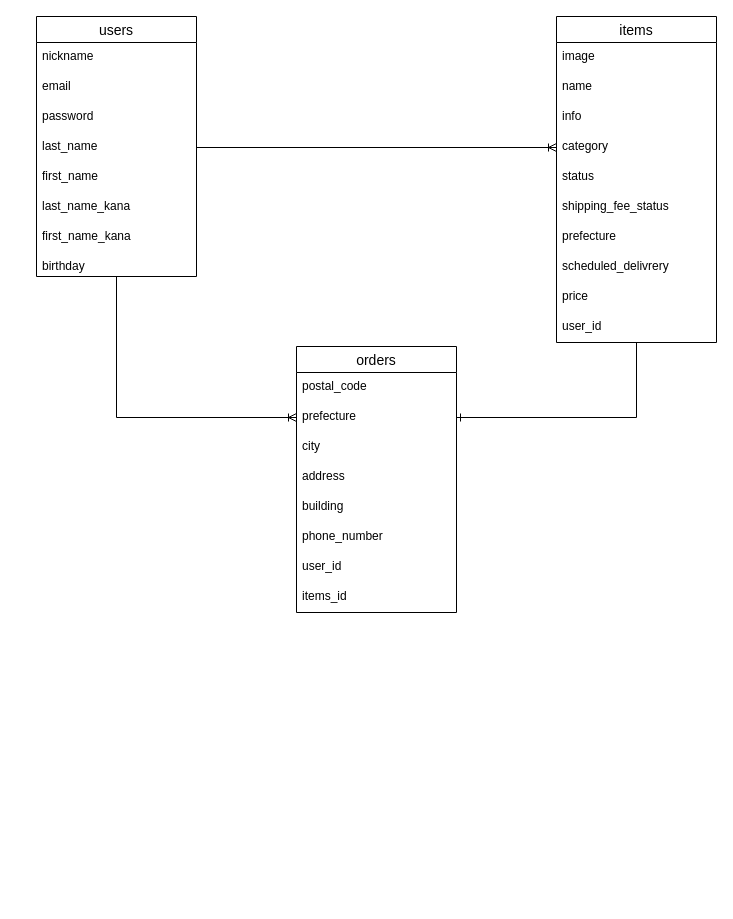
Before: test.dio in hoshico/furima-35252, a draw.io diagram. Source tidied: cells renumbered, new cells numbered last; positions are measured from the earlier drawing's top-left corner, leaving out a move shared by most shapes. Both pictures are drawn from the tidied source at 100%, with x=0, y=0 at pixel (16, 16).
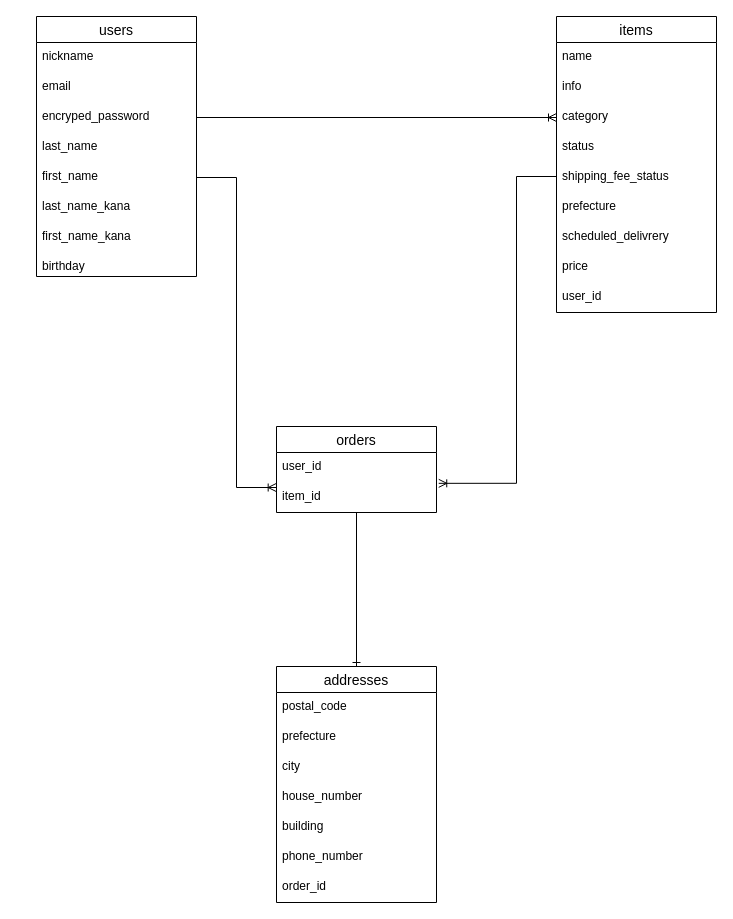
Above is the later version.

The change refers to these unchanged cells:
```xml
<mxCell id="5" value="users" style="swimlane;fontStyle=0;horizontal=1;startSize=26;align=center;fontSize=14;strokeWidth=1;" parent="1" vertex="1">
  <mxGeometry x="20" width="160" height="260" as="geometry" />
</mxCell>
<mxCell id="9" value="last_name" style="text;strokeColor=none;fillColor=none;spacingLeft=4;spacingRight=4;overflow=hidden;points=[[0,0.5],[1,0.5]];portConstraint=eastwest;fontSize=12;" parent="5" vertex="1">
  <mxGeometry y="116" width="160" height="30" as="geometry" />
</mxCell>
<mxCell id="10" value="first_name" style="text;strokeColor=none;fillColor=none;spacingLeft=4;spacingRight=4;overflow=hidden;points=[[0,0.5],[1,0.5]];portConstraint=eastwest;fontSize=12;" parent="5" vertex="1">
  <mxGeometry y="146" width="160" height="30" as="geometry" />
</mxCell>
<mxCell id="28" value="prefecture" style="text;strokeColor=none;fillColor=none;spacingLeft=4;spacingRight=4;overflow=hidden;points=[[0,0.5],[1,0.5]];portConstraint=eastwest;fontSize=12;" parent="26" vertex="1">
  <mxGeometry y="56" width="160" height="30" as="geometry" />
</mxCell>
```

What changed in the source:
```diff
@@
-    <mxCell id="4" style="edgeStyle=orthogonalEdgeStyle;rounded=0;jettySize=auto;html=1;exitX=0.5;exitY=1;exitDx=0;exitDy=0;entryX=0;entryY=0.5;entryDx=0;entryDy=0;endArrow=ERoneToMany;endFill=0;" parent="1" edge="1" source="5" target="28">
-      <mxGeometry relative="1" as="geometry" />
-    </mxCell>
@@
-    <mxCell id="8" value="password" style="text;strokeColor=none;fillColor=none;spacingLeft=4;spacingRight=4;overflow=hidden;fontSize=12;" parent="5" vertex="1">
+    <mxCell id="8" value="encryped_password" style="text;strokeColor=none;fillColor=none;spacingLeft=4;spacingRight=4;overflow=hidden;fontSize=12;" parent="5" vertex="1">
       <mxGeometry y="86" width="160" height="30" as="geometry" />
     </mxCell>
@@
-    <mxCell id="14" style="edgeStyle=orthogonalEdgeStyle;rounded=0;jettySize=auto;html=1;exitX=0.5;exitY=1;exitDx=0;exitDy=0;endArrow=ERone;endFill=0;entryX=1;entryY=0.5;entryDx=0;entryDy=0;" parent="1" edge="1" source="15" target="28">
-      <mxGeometry relative="1" as="geometry" />
-    </mxCell>
     <mxCell id="15" value="items" style="swimlane;fontStyle=0;horizontal=1;startSize=26;align=center;fontSize=14;strokeWidth=1;" parent="1" vertex="1">
-      <mxGeometry x="540" width="160" height="326" as="geometry" />
+      <mxGeometry x="540" width="160" height="296" as="geometry" />
     </mxCell>
-    <mxCell id="16" value="image" style="text;strokeColor=none;fillColor=none;spacingLeft=4;spacingRight=4;overflow=hidden;fontSize=12;" parent="15" vertex="1">
-      <mxGeometry y="26" width="160" height="30" as="geometry" />
-    </mxCell>
     <mxCell id="17" value="name" style="text;strokeColor=none;fillColor=none;spacingLeft=4;spacingRight=4;overflow=hidden;fontSize=12;" parent="15" vertex="1">
-      <mxGeometry y="56" width="160" height="30" as="geometry" />
+      <mxGeometry y="26" width="160" height="30" as="geometry" />
     </mxCell>
     <mxCell id="18" value="info" style="text;strokeColor=none;fillColor=none;spacingLeft=4;spacingRight=4;overflow=hidden;fontSize=12;" parent="15" vertex="1">
-      <mxGeometry y="86" width="160" height="30" as="geometry" />
+      <mxGeometry y="56" width="160" height="30" as="geometry" />
     </mxCell>
     <mxCell id="19" value="category" style="text;strokeColor=none;fillColor=none;spacingLeft=4;spacingRight=4;overflow=hidden;points=[[0,0.5],[1,0.5]];portConstraint=eastwest;fontSize=12;" parent="15" vertex="1">
-      <mxGeometry y="116" width="160" height="30" as="geometry" />
+      <mxGeometry y="86" width="160" height="30" as="geometry" />
     </mxCell>
     <mxCell id="20" value="status" style="text;strokeColor=none;fillColor=none;spacingLeft=4;spacingRight=4;overflow=hidden;fontSize=12;" parent="15" vertex="1">
-      <mxGeometry y="146" width="160" height="30" as="geometry" />
+      <mxGeometry y="116" width="160" height="30" as="geometry" />
     </mxCell>
     <mxCell id="21" value="shipping_fee_status" style="text;strokeColor=none;fillColor=none;spacingLeft=4;spacingRight=4;overflow=hidden;fontSize=12;" parent="15" vertex="1">
-      <mxGeometry y="176" width="160" height="30" as="geometry" />
+      <mxGeometry y="146" width="160" height="30" as="geometry" />
     </mxCell>
     <mxCell id="22" value="prefecture" style="text;strokeColor=none;fillColor=none;spacingLeft=4;spacingRight=4;overflow=hidden;fontSize=12;" parent="15" vertex="1">
-      <mxGeometry y="206" width="160" height="30" as="geometry" />
+      <mxGeometry y="176" width="160" height="30" as="geometry" />
     </mxCell>
     <mxCell id="23" value="scheduled_delivrery" style="text;strokeColor=none;fillColor=none;spacingLeft=4;spacingRight=4;overflow=hidden;points=[[0,0.5],[1,0.5]];portConstraint=eastwest;fontSize=12;" parent="15" vertex="1">
-      <mxGeometry y="236" width="160" height="30" as="geometry" />
+      <mxGeometry y="206" width="160" height="30" as="geometry" />
     </mxCell>
     <mxCell id="24" value="price" style="text;strokeColor=none;fillColor=none;spacingLeft=4;spacingRight=4;overflow=hidden;fontSize=12;" parent="15" vertex="1">
-      <mxGeometry y="266" width="160" height="30" as="geometry" />
+      <mxGeometry y="236" width="160" height="30" as="geometry" />
     </mxCell>
     <mxCell id="25" value="user_id" style="text;strokeColor=none;fillColor=none;spacingLeft=4;spacingRight=4;overflow=hidden;fontSize=12;" parent="15" vertex="1">
-      <mxGeometry y="296" width="160" height="30" as="geometry" />
+      <mxGeometry y="266" width="160" height="30" as="geometry" />
     </mxCell>
-    <mxCell id="26" value="orders" style="swimlane;fontStyle=0;horizontal=1;startSize=26;align=center;fontSize=14;strokeWidth=1;" parent="1" vertex="1">
-      <mxGeometry x="280" y="330" width="160" height="266" as="geometry" />
+    <mxCell id="26" value="addresses" style="swimlane;fontStyle=0;horizontal=1;startSize=26;align=center;fontSize=14;strokeWidth=1;" parent="1" vertex="1">
+      <mxGeometry x="260" y="650" width="160" height="236" as="geometry" />
     </mxCell>
@@
-    <mxCell id="30" value="address" style="text;strokeColor=none;fillColor=none;spacingLeft=4;spacingRight=4;overflow=hidden;fontSize=12;" parent="26" vertex="1">
+    <mxCell id="30" value="house_number" style="text;strokeColor=none;fillColor=none;spacingLeft=4;spacingRight=4;overflow=hidden;fontSize=12;" parent="26" vertex="1">
       <mxGeometry y="116" width="160" height="30" as="geometry" />
     </mxCell>
@@
+    <mxCell id="36" value="order_id" style="text;strokeColor=none;fillColor=none;spacingLeft=4;spacingRight=4;overflow=hidden;fontSize=12;" parent="26" vertex="1">
+      <mxGeometry y="206" width="160" height="30" as="geometry" />
+    </mxCell>
+    <mxCell id="35" style="edgeStyle=orthogonalEdgeStyle;rounded=0;jettySize=auto;html=1;exitX=1;exitY=0.5;exitDx=0;exitDy=0;entryX=0;entryY=0.5;entryDx=0;entryDy=0;endArrow=ERoneToMany;endFill=0;" parent="1" edge="1" source="9" target="19">
+      <mxGeometry relative="1" as="geometry">
+        <Array as="points">
+          <mxPoint x="180" y="101" />
+        </Array>
+      </mxGeometry>
+    </mxCell>
+    <mxCell id="37" style="edgeStyle=orthogonalEdgeStyle;rounded=0;jettySize=auto;html=1;exitX=0.5;exitY=1;exitDx=0;exitDy=0;entryX=0.5;entryY=0;entryDx=0;entryDy=0;endArrow=ERone;endFill=0;" parent="1" edge="1" source="38" target="26">
+      <mxGeometry relative="1" as="geometry" />
+    </mxCell>
+    <mxCell id="38" value="orders" style="swimlane;fontStyle=0;horizontal=1;startSize=26;align=center;fontSize=14;strokeWidth=1;" parent="1" vertex="1">
+      <mxGeometry x="260" y="410" width="160" height="86" as="geometry" />
+    </mxCell>
-    <mxCell id="33" value="user_id" style="text;strokeColor=none;fillColor=none;spacingLeft=4;spacingRight=4;overflow=hidden;fontSize=12;" parent="26" vertex="1">
-      <mxGeometry y="206" width="160" height="30" as="geometry" />
+    <mxCell id="33" value="user_id" style="text;strokeColor=none;fillColor=none;spacingLeft=4;spacingRight=4;overflow=hidden;fontSize=12;" parent="38" vertex="1">
+      <mxGeometry y="26" width="160" height="30" as="geometry" />
     </mxCell>
-    <mxCell id="34" value="items_id" style="text;strokeColor=none;fillColor=none;spacingLeft=4;spacingRight=4;overflow=hidden;fontSize=12;" parent="26" vertex="1">
-      <mxGeometry y="236" width="160" height="30" as="geometry" />
-    </mxCell>
-    <mxCell id="35" style="edgeStyle=orthogonalEdgeStyle;rounded=0;jettySize=auto;html=1;exitX=1;exitY=0.5;exitDx=0;exitDy=0;entryX=0;entryY=0.5;entryDx=0;entryDy=0;endArrow=ERoneToMany;endFill=0;" parent="1" edge="1" source="9" target="19">
-      <mxGeometry relative="1" as="geometry" />
-    </mxCell>
+    <mxCell id="39" value="item_id" style="text;strokeColor=none;fillColor=none;spacingLeft=4;spacingRight=4;overflow=hidden;points=[[0,0.5],[1,0.5]];portConstraint=eastwest;fontSize=12;" parent="38" vertex="1">
+      <mxGeometry y="56" width="160" height="30" as="geometry" />
+    </mxCell>
+    <mxCell id="40" style="edgeStyle=orthogonalEdgeStyle;rounded=0;jettySize=auto;html=1;exitX=1;exitY=0.5;exitDx=0;exitDy=0;entryX=-0.002;entryY=0.167;entryDx=0;entryDy=0;entryPerimeter=0;endArrow=ERoneToMany;endFill=0;" parent="1" edge="1" source="10" target="39">
+      <mxGeometry relative="1" as="geometry" />
+    </mxCell>
+    <mxCell id="41" style="edgeStyle=orthogonalEdgeStyle;rounded=0;jettySize=auto;html=1;exitX=0;exitY=0.5;exitDx=0;exitDy=0;endArrow=ERoneToMany;endFill=0;entryX=1.014;entryY=0.028;entryDx=0;entryDy=0;entryPerimeter=0;" parent="1" edge="1" source="23" target="39">
+      <mxGeometry relative="1" as="geometry">
+        <Array as="points">
+          <mxPoint x="540" y="160" />
+          <mxPoint x="500" y="160" />
+          <mxPoint x="500" y="467" />
+        </Array>
+      </mxGeometry>
+    </mxCell>
```
